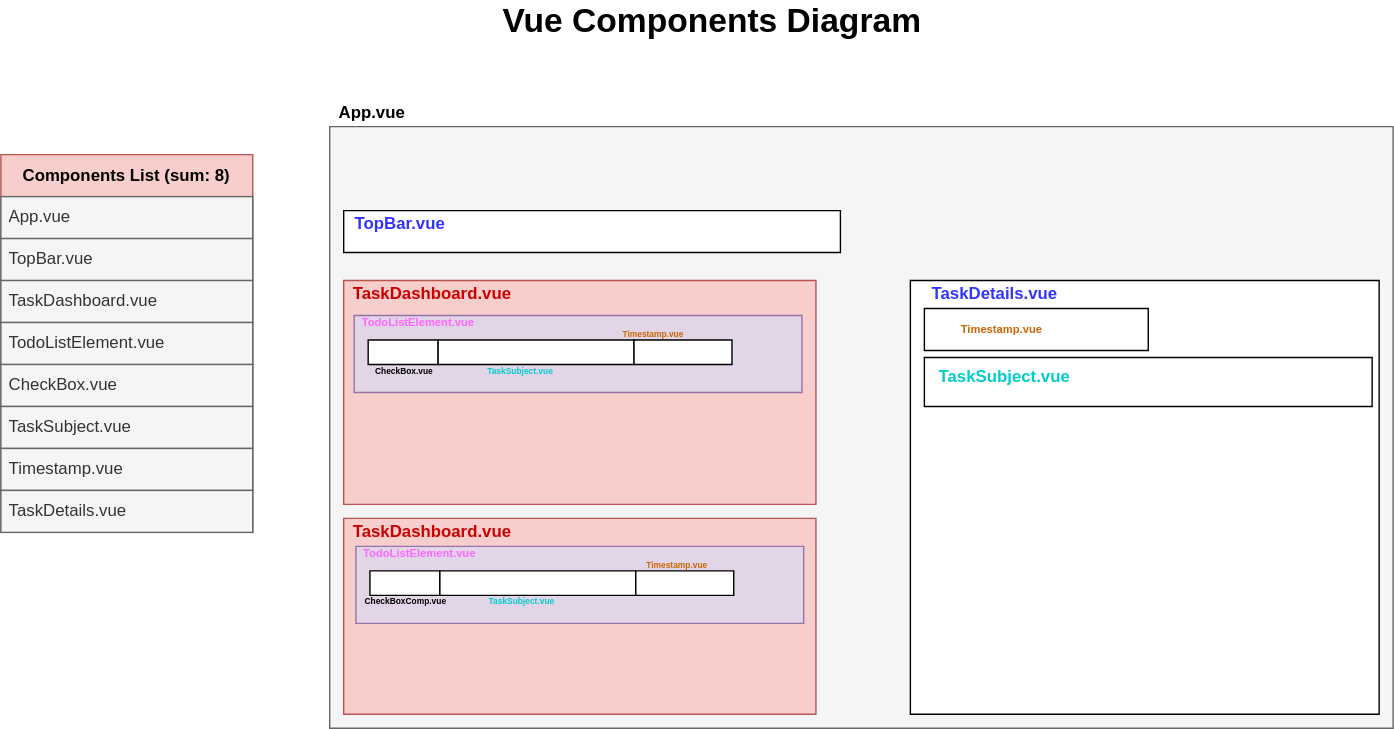
This is public/Vue_Components_Diagram/Vue_Components_Diagram.svg from reza-nzri/vue-todo-app, a draw.io export, as it was before one commit. Source tidied: cells renumbered, new cells last; positions are measured from the earlier drawing's top-left corner, leaving out a move shared by most shapes.
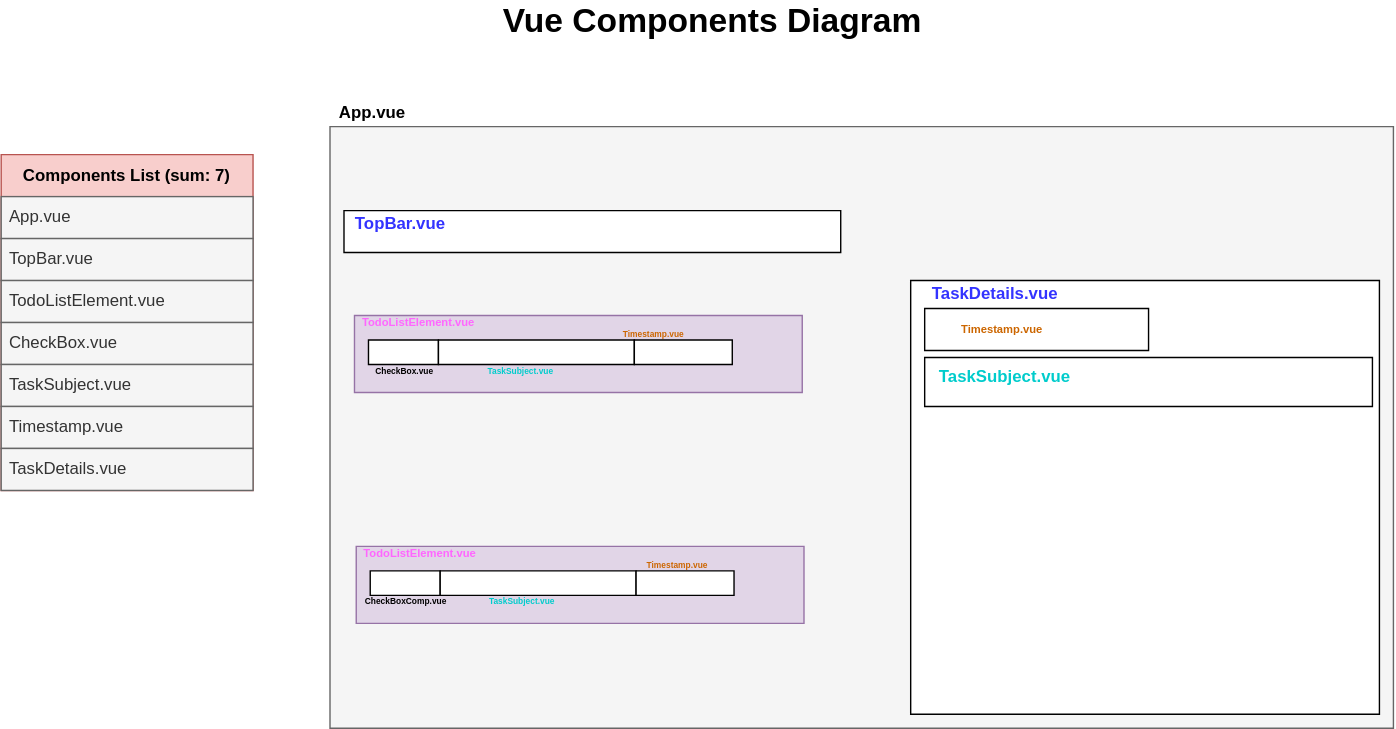
After the commit.

Commit message:
Update Vue Components Diagram

What changed in the source:
```diff
@@ -20,12 +20,6 @@
     <mxCell id="7" value="TopBar.vue" style="text;strokeColor=none;fillColor=none;html=1;fontSize=12;fontStyle=1;verticalAlign=middle;align=center;fontColor=#3333FF;" parent="1" vertex="1">
       <mxGeometry x="249.4" y="155" width="70.6" height="10" as="geometry" />
     </mxCell>
-    <mxCell id="8" style="verticalLabelPosition=bottom;verticalAlign=top;html=1;shape=mxgraph.basic.rect;fillColor2=none;strokeWidth=1;size=20;indent=5;fillColor=#f8cecc;strokeColor=#b85450;" parent="1" vertex="1">
-      <mxGeometry x="245" y="200" width="337.5" height="160" as="geometry" />
-    </mxCell>
-    <mxCell id="9" value="TaskDashboard.vue" style="text;strokeColor=none;fillColor=none;html=1;fontSize=12;fontStyle=1;verticalAlign=middle;align=center;fontColor=#CC0000;" parent="1" vertex="1">
-      <mxGeometry x="246.2" y="200" width="123.8" height="20" as="geometry" />
-    </mxCell>
     <mxCell id="10" style="verticalLabelPosition=bottom;verticalAlign=top;html=1;shape=mxgraph.basic.rect;fillColor2=none;strokeWidth=1;size=20;indent=5;fillColor=#e1d5e7;strokeColor=#9673a6;" parent="1" vertex="1">
       <mxGeometry x="252.5" y="225" width="320" height="55" as="geometry" />
     </mxCell>
@@ -65,8 +59,8 @@
     <mxCell id="22" value="TaskSubject.vue" style="text;strokeColor=none;fillColor=none;html=1;fontSize=12;fontStyle=1;verticalAlign=middle;align=center;fontColor=#00CCCC;" parent="1" vertex="1">
       <mxGeometry x="663.8" y="258.8" width="106.2" height="20" as="geometry" />
     </mxCell>
-    <mxCell id="23" value="Components List (sum: 8)" style="swimlane;fontStyle=1;horizontal=1;startSize=30;whiteSpace=wrap;html=1;fillColor=#f8cecc;strokeColor=#b85450;" parent="1" vertex="1">
-      <mxGeometry y="110" width="180" height="270" as="geometry" />
+    <mxCell id="23" value="Components List (sum: 7)" style="swimlane;fontStyle=1;horizontal=1;startSize=30;whiteSpace=wrap;html=1;fillColor=#f8cecc;strokeColor=#b85450;" parent="1" vertex="1">
+      <mxGeometry y="110" width="180" height="240" as="geometry" />
     </mxCell>
     <mxCell id="24" value="&lt;span style=&quot;text-align: center; text-wrap: nowrap;&quot;&gt;App.vue&lt;/span&gt;" style="text;align=left;verticalAlign=middle;spacingLeft=4;spacingRight=4;overflow=hidden;whiteSpace=wrap;html=1;fontStyle=0;fillColor=#f5f5f5;strokeColor=#666666;fontColor=#333333;" parent="23" vertex="1">
       <mxGeometry y="30" width="180" height="30" as="geometry" />
@@ -74,27 +68,21 @@
     <mxCell id="25" value="TopBar.vue" style="text;align=left;verticalAlign=middle;spacingLeft=4;spacingRight=4;overflow=hidden;whiteSpace=wrap;html=1;fillColor=#f5f5f5;strokeColor=#666666;fontColor=#333333;" parent="23" vertex="1">
       <mxGeometry y="60" width="180" height="30" as="geometry" />
     </mxCell>
-    <mxCell id="26" value="TaskDashboard.vue" style="text;align=left;verticalAlign=middle;spacingLeft=4;spacingRight=4;overflow=hidden;whiteSpace=wrap;html=1;fillColor=#f5f5f5;strokeColor=#666666;fontColor=#333333;" parent="23" vertex="1">
-      <mxGeometry y="90" width="180" height="30" as="geometry" />
-    </mxCell>
     <mxCell id="27" value="TodoListElement.vue" style="text;align=left;verticalAlign=middle;spacingLeft=4;spacingRight=4;overflow=hidden;whiteSpace=wrap;html=1;fillColor=#f5f5f5;strokeColor=#666666;fontColor=#333333;" parent="23" vertex="1">
-      <mxGeometry y="120" width="180" height="30" as="geometry" />
+      <mxGeometry y="90" width="180" height="30" as="geometry" />
     </mxCell>
     <mxCell id="28" value="CheckBox.vue" style="text;align=left;verticalAlign=middle;spacingLeft=4;spacingRight=4;overflow=hidden;whiteSpace=wrap;html=1;fillColor=#f5f5f5;strokeColor=#666666;fontColor=#333333;" parent="23" vertex="1">
-      <mxGeometry y="150" width="180" height="30" as="geometry" />
+      <mxGeometry y="120" width="180" height="30" as="geometry" />
     </mxCell>
     <mxCell id="29" value="TaskSubject.vue" style="text;align=left;verticalAlign=middle;spacingLeft=4;spacingRight=4;overflow=hidden;whiteSpace=wrap;html=1;fillColor=#f5f5f5;strokeColor=#666666;fontColor=#333333;" parent="23" vertex="1">
-      <mxGeometry y="180" width="180" height="30" as="geometry" />
+      <mxGeometry y="150" width="180" height="30" as="geometry" />
     </mxCell>
     <mxCell id="30" value="Timestamp.vue" style="text;align=left;verticalAlign=middle;spacingLeft=4;spacingRight=4;overflow=hidden;whiteSpace=wrap;html=1;fillColor=#f5f5f5;strokeColor=#666666;fontColor=#333333;" parent="23" vertex="1">
-      <mxGeometry y="210" width="180" height="30" as="geometry" />
+      <mxGeometry y="180" width="180" height="30" as="geometry" />
     </mxCell>
     <mxCell id="31" value="TaskDetails.vue" style="text;align=left;verticalAlign=middle;spacingLeft=4;spacingRight=4;overflow=hidden;whiteSpace=wrap;html=1;fillColor=#f5f5f5;strokeColor=#666666;fontColor=#333333;" parent="23" vertex="1">
-      <mxGeometry y="240" width="180" height="30" as="geometry" />
+      <mxGeometry y="210" width="180" height="30" as="geometry" />
     </mxCell>
-    <mxCell id="32" style="verticalLabelPosition=bottom;verticalAlign=top;html=1;shape=mxgraph.basic.rect;fillColor2=none;strokeWidth=1;size=20;indent=5;fillColor=#f8cecc;strokeColor=#b85450;" parent="1" vertex="1">
-      <mxGeometry x="245" y="370" width="337.5" height="140" as="geometry" />
-    </mxCell>
     <mxCell id="33" style="verticalLabelPosition=bottom;verticalAlign=top;html=1;shape=mxgraph.basic.rect;fillColor2=none;strokeWidth=1;size=20;indent=5;fillColor=#e1d5e7;strokeColor=#9673a6;" parent="1" vertex="1">
       <mxGeometry x="253.8" y="390" width="320" height="55" as="geometry" />
     </mxCell>
@@ -119,8 +107,5 @@
     <mxCell id="40" value="Timestamp.vue" style="text;strokeColor=none;fillColor=none;html=1;fontSize=6;fontStyle=1;verticalAlign=middle;align=center;fontColor=#CC6600;" parent="1" vertex="1">
       <mxGeometry x="449.7" y="400" width="66.9" height="7.5" as="geometry" />
     </mxCell>
-    <mxCell id="41" value="TaskDashboard.vue" style="text;strokeColor=none;fillColor=none;html=1;fontSize=12;fontStyle=1;verticalAlign=middle;align=center;fontColor=#CC0000;" parent="1" vertex="1">
-      <mxGeometry x="246.2" y="370" width="123.8" height="20" as="geometry" />
-    </mxCell>
   </root>
 </mxGraphModel>
```
